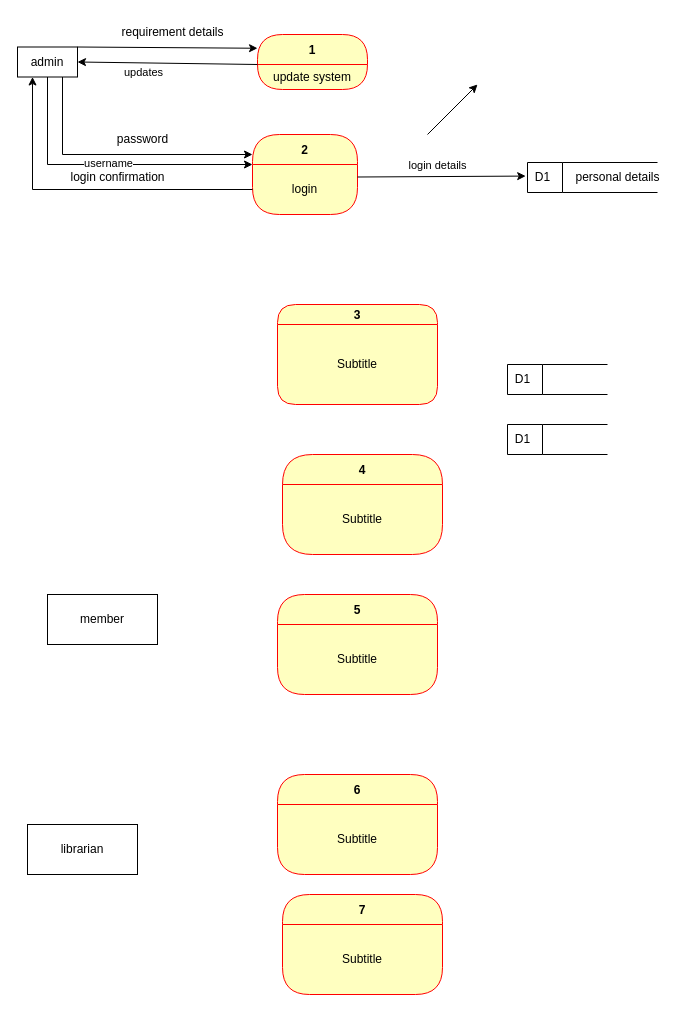
Dinuvi9170/NSBM-Green-University keeps this draw.io diagram as dfdLMS.drawio. Above is the earlier version. Source tidied: cells renumbered, new cells numbered last; positions are measured from the earlier drawing's top-left corner, leaving out a move shared by most shapes. Both pictures are drawn from the tidied source at 100%, with x=0, y=0 at pixel (17, 16).
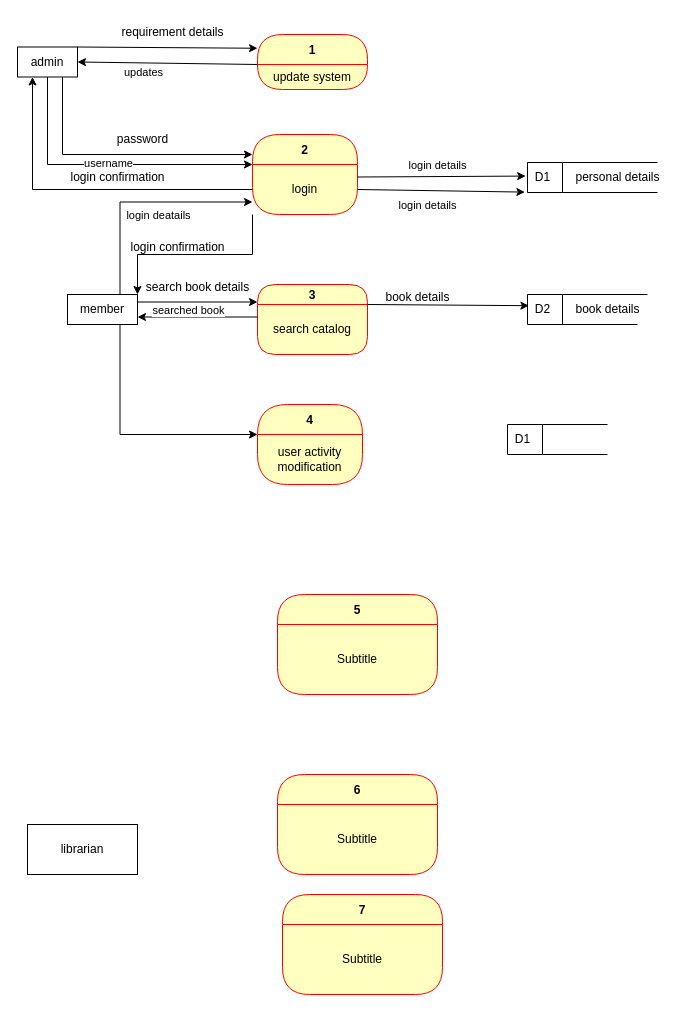
The same page after the edit.

Unchanged cells that the change refers to:
```xml
<mxCell id="3" value="login" style="text;html=1;strokeColor=none;fillColor=none;align=center;verticalAlign=middle;spacingLeft=4;spacingRight=4;whiteSpace=wrap;overflow=hidden;fontColor=#000000;" parent="2" vertex="1">
  <mxGeometry y="30" width="105" height="50" as="geometry" />
</mxCell>
<mxCell id="24" value="D1" style="text;html=1;align=center;verticalAlign=middle;points=[];strokeColor=none;fillColor=none;" parent="23" vertex="1">
  <mxGeometry x="-5" width="40" height="30" as="geometry" />
</mxCell>
```

What changed in the source:
```diff
@@
     <mxCell id="6" value="3" style="swimlane;fontStyle=1;align=center;verticalAlign=middle;horizontal=1;startSize=20;fontColor=#000000;rounded=1;arcSize=30;strokeColor=#ff0000;fillColor=#ffffc0;swimlaneFillColor=#ffffc0;" parent="1" vertex="1">
-      <mxGeometry x="260" y="288" width="160" height="100" as="geometry" />
+      <mxGeometry x="240" y="268" width="110" height="70" as="geometry" />
     </mxCell>
-    <mxCell id="7" value="Subtitle" style="text;html=1;strokeColor=none;fillColor=none;align=center;verticalAlign=middle;spacingLeft=4;spacingRight=4;whiteSpace=wrap;overflow=hidden;fontColor=#000000;" parent="6" vertex="1">
-      <mxGeometry y="20" width="160" height="80" as="geometry" />
+    <mxCell id="7" value="search catalog" style="text;html=1;strokeColor=none;fillColor=none;align=center;verticalAlign=middle;spacingLeft=4;spacingRight=4;whiteSpace=wrap;overflow=hidden;fontColor=#000000;" parent="6" vertex="1">
+      <mxGeometry y="20" width="110" height="50" as="geometry" />
     </mxCell>
@@
     <mxCell id="14" value="4" style="swimlane;fontStyle=1;align=center;verticalAlign=middle;horizontal=1;startSize=30;fontColor=#000000;rounded=1;arcSize=39;strokeColor=#ff0000;fillColor=#ffffc0;swimlaneFillColor=#ffffc0;" parent="1" vertex="1">
-      <mxGeometry x="265" y="438" width="160" height="100" as="geometry" />
+      <mxGeometry x="240" y="388" width="105" height="80" as="geometry" />
     </mxCell>
-    <mxCell id="15" value="Subtitle" style="text;html=1;strokeColor=none;fillColor=none;align=center;verticalAlign=middle;spacingLeft=4;spacingRight=4;whiteSpace=wrap;overflow=hidden;fontColor=#000000;" parent="14" vertex="1">
-      <mxGeometry y="30" width="160" height="70" as="geometry" />
+    <mxCell id="15" value="user activity modification" style="text;html=1;strokeColor=none;fillColor=none;align=center;verticalAlign=middle;spacingLeft=4;spacingRight=4;whiteSpace=wrap;overflow=hidden;fontColor=#000000;" parent="14" vertex="1">
+      <mxGeometry y="30" width="105" height="50" as="geometry" />
     </mxCell>
     <mxCell id="16" value="member" style="html=1;whiteSpace=wrap;" parent="1" vertex="1">
-      <mxGeometry x="30" y="578" width="110" height="50" as="geometry" />
+      <mxGeometry x="50" y="278" width="70" height="30" as="geometry" />
     </mxCell>
@@
     <mxCell id="26" style="swimlane;startSize=0;" parent="1" vertex="1">
-      <mxGeometry x="490" y="348" width="35" height="30" as="geometry" />
+      <mxGeometry x="510" y="278" width="35" height="30" as="geometry" />
     </mxCell>
-    <mxCell id="27" value="D1" style="text;html=1;align=center;verticalAlign=middle;points=[];strokeColor=none;fillColor=none;" parent="26" vertex="1">
+    <mxCell id="27" value="D2" style="text;html=1;align=center;verticalAlign=middle;points=[];strokeColor=none;fillColor=none;" parent="26" vertex="1">
       <mxGeometry x="-5" width="40" height="30" as="geometry" />
     </mxCell>
-    <mxCell id="28" style="endArrow=none;html=1;rounded=0;exitX=1;exitY=0;exitDx=0;exitDy=0;" parent="1" edge="1" source="26">
-      <mxGeometry relative="1" as="geometry">
-        <mxPoint x="590" y="348" as="targetPoint" />
-      </mxGeometry>
-    </mxCell>
-    <mxCell id="29" style="endArrow=none;html=1;rounded=0;exitX=1;exitY=1;exitDx=0;exitDy=0;" parent="1" edge="1" source="26">
-      <mxGeometry relative="1" as="geometry">
-        <mxPoint x="590" y="378" as="targetPoint" />
-      </mxGeometry>
-    </mxCell>
@@
-    <mxCell id="42" style="endArrow=classic;html=1;rounded=0;" parent="1" edge="1">
+    <mxCell id="42" style="endArrow=classic;html=1;rounded=0;exitX=0.75;exitY=1;exitDx=0;exitDy=0;entryX=0;entryY=0;entryDx=0;entryDy=0;edgeStyle=orthogonalEdgeStyle;" parent="1" edge="1" source="16" target="15">
       <mxGeometry relative="1" as="geometry">
-        <mxPoint x="410" y="118" as="sourcePoint" />
-        <mxPoint x="460" y="68" as="targetPoint" />
+        <Array as="points">
+          <mxPoint x="103" y="418" />
+        </Array>
       </mxGeometry>
     </mxCell>
@@
+    <mxCell id="45" style="endArrow=classic;html=1;rounded=0;exitX=0.75;exitY=0;exitDx=0;exitDy=0;entryX=0;entryY=0.75;entryDx=0;entryDy=0;edgeStyle=orthogonalEdgeStyle;" parent="1" edge="1" source="16" target="3">
+      <mxGeometry relative="1" as="geometry" />
+    </mxCell>
+    <mxCell id="46" value="login deatails" style="edgeLabel;html=1;align=center;verticalAlign=middle;" parent="45" vertex="1">
+      <mxGeometry x="0.13" y="-4" relative="1" as="geometry">
+        <mxPoint x="3" y="9" as="offset" />
+      </mxGeometry>
+    </mxCell>
+    <mxCell id="47" style="endArrow=classic;html=1;rounded=0;exitX=0;exitY=1;exitDx=0;exitDy=0;entryX=1;entryY=0;entryDx=0;entryDy=0;edgeStyle=orthogonalEdgeStyle;" parent="1" edge="1" source="3" target="16">
+      <mxGeometry relative="1" as="geometry" />
+    </mxCell>
+    <mxCell id="48" value="login confirmation" style="text;html=1;align=center;verticalAlign=middle;strokeColor=none;fillColor=none;" parent="1" vertex="1">
+      <mxGeometry x="100" y="216" width="120" height="30" as="geometry" />
+    </mxCell>
+    <mxCell id="49" style="rounded=0;jettySize=auto;html=1;exitX=1;exitY=0.5;exitDx=0;exitDy=0;entryX=0.06;entryY=0.987;entryDx=0;entryDy=0;entryPerimeter=0;" parent="1" edge="1" source="3" target="24">
+      <mxGeometry relative="1" as="geometry" />
+    </mxCell>
+    <mxCell id="50" value="login details" style="edgeLabel;html=1;align=center;verticalAlign=middle;" parent="49" vertex="1">
+      <mxGeometry x="-0.16" y="-2" relative="1" as="geometry">
+        <mxPoint y="12" as="offset" />
+      </mxGeometry>
+    </mxCell>
+    <mxCell id="51" style="rounded=0;jettySize=auto;html=1;exitX=1;exitY=0.25;exitDx=0;exitDy=0;entryX=0;entryY=0.25;entryDx=0;entryDy=0;" parent="1" edge="1" source="16" target="6">
+      <mxGeometry relative="1" as="geometry" />
+    </mxCell>
+    <mxCell id="52" value="search book details" style="text;html=1;align=center;verticalAlign=middle;strokeColor=none;fillColor=none;" parent="1" vertex="1">
+      <mxGeometry x="115" y="256" width="130" height="30" as="geometry" />
+    </mxCell>
+    <mxCell id="53" style="endArrow=none;html=1;rounded=0;" parent="1" edge="1">
+      <mxGeometry relative="1" as="geometry">
+        <mxPoint x="540" y="308" as="sourcePoint" />
+        <mxPoint x="620" y="308" as="targetPoint" />
+      </mxGeometry>
+    </mxCell>
+    <mxCell id="54" style="endArrow=none;html=1;rounded=0;exitX=1;exitY=0;exitDx=0;exitDy=0;" parent="1" edge="1" source="26">
+      <mxGeometry relative="1" as="geometry">
+        <mxPoint x="630" y="278" as="targetPoint" />
+      </mxGeometry>
+    </mxCell>
+    <mxCell id="55" value="book details" style="text;html=1;align=center;verticalAlign=middle;strokeColor=none;fillColor=none;" parent="1" vertex="1">
+      <mxGeometry x="545" y="278" width="90" height="30" as="geometry" />
+    </mxCell>
+    <mxCell id="56" style="rounded=0;jettySize=auto;html=1;exitX=1;exitY=0;exitDx=0;exitDy=0;entryX=0.16;entryY=0.373;entryDx=0;entryDy=0;entryPerimeter=0;" parent="1" edge="1" source="7" target="27">
+      <mxGeometry relative="1" as="geometry" />
+    </mxCell>
+    <mxCell id="57" value="book details" style="text;html=1;align=center;verticalAlign=middle;strokeColor=none;fillColor=none;" parent="1" vertex="1">
+      <mxGeometry x="355" y="266" width="90" height="30" as="geometry" />
+    </mxCell>
+    <mxCell id="58" style="edgeStyle=orthogonalEdgeStyle;rounded=0;jettySize=auto;html=1;exitX=0;exitY=0.25;exitDx=0;exitDy=0;entryX=1;entryY=0.75;entryDx=0;entryDy=0;" parent="1" edge="1" source="7" target="16">
+      <mxGeometry relative="1" as="geometry" />
+    </mxCell>
+    <mxCell id="59" value="searched book" style="edgeLabel;html=1;align=center;verticalAlign=middle;" parent="58" vertex="1">
+      <mxGeometry x="0.37" y="-5" relative="1" as="geometry">
+        <mxPoint x="12" y="-2" as="offset" />
+      </mxGeometry>
+    </mxCell>
```
